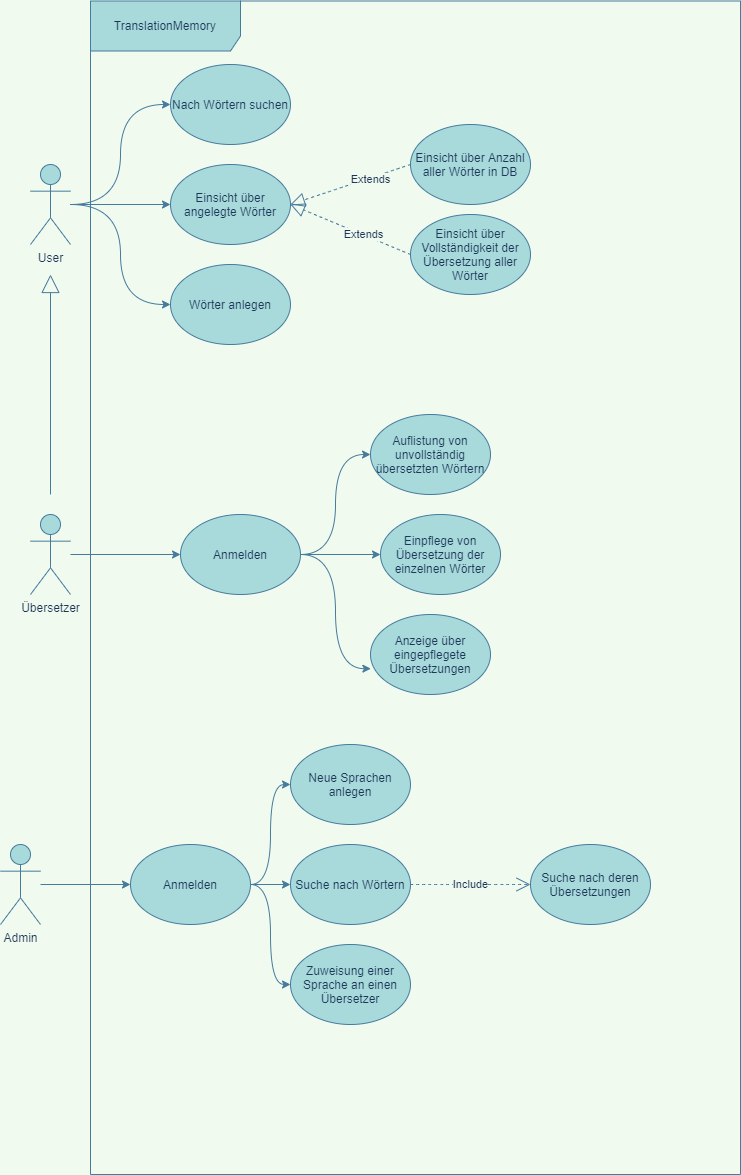
NickHaecker/TranslationMemory keeps this draw.io diagram as Diagramme-UseCases.png. Above is the earlier version. Source tidied: cells renumbered, new cells last; positions are measured from the earlier drawing's top-left corner, leaving out a move shared by most shapes.
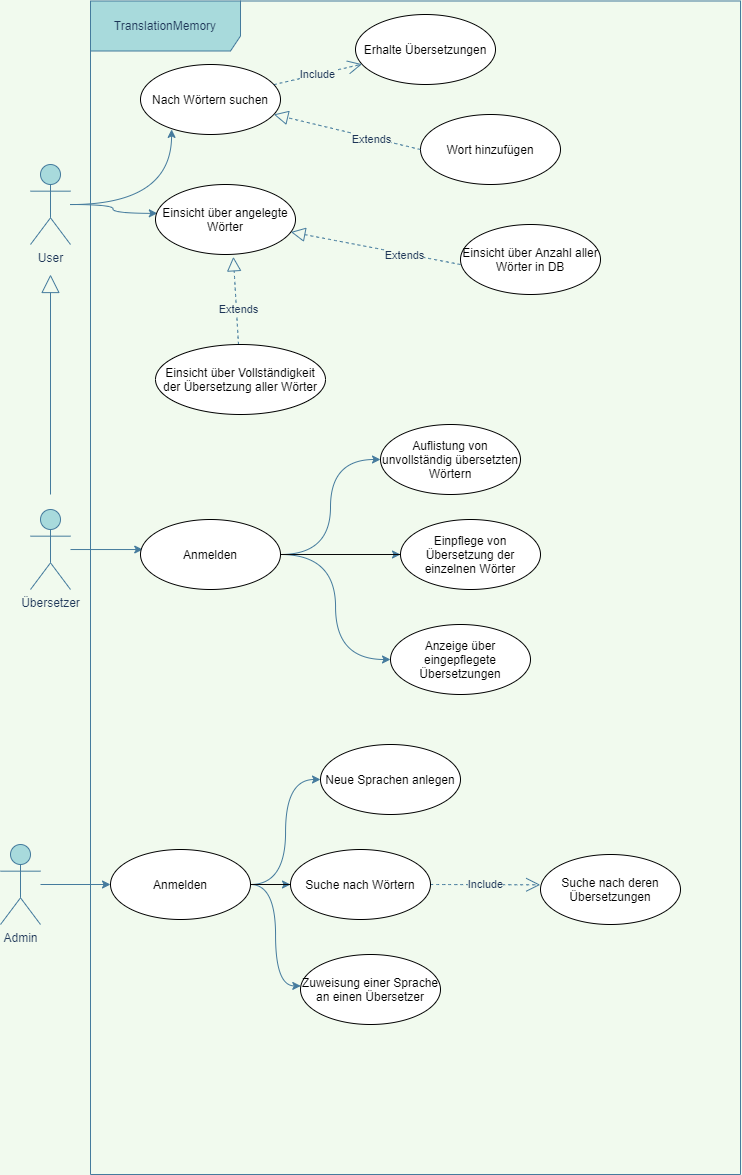
The same file after the commit.

Change to the diagram source:
```diff
@@ -5,105 +5,69 @@
     <mxCell id="2" value="TranslationMemory" style="shape=umlFrame;whiteSpace=wrap;html=1;width=150;height=50;fillColor=#A8DADC;strokeColor=#457B9D;fontColor=#1D3557;" parent="1" vertex="1">
       <mxGeometry x="90" y="0.5" width="650" height="1173.5" as="geometry" />
     </mxCell>
-    <mxCell id="3" style="edgeStyle=orthogonalEdgeStyle;jettySize=auto;html=1;entryX=0;entryY=0.5;entryDx=0;entryDy=0;curved=1;strokeColor=#457B9D;fontColor=#1D3557;labelBackgroundColor=#F1FAEE;" parent="1" edge="1" source="6" target="7">
+    <mxCell id="3" style="edgeStyle=orthogonalEdgeStyle;jettySize=auto;html=1;entryX=0.222;entryY=0.927;entryDx=0;entryDy=0;curved=1;strokeColor=#457B9D;fontColor=#1D3557;labelBackgroundColor=#F1FAEE;entryPerimeter=0;" parent="1" edge="1" source="6" target="7">
       <mxGeometry relative="1" as="geometry" />
     </mxCell>
-    <mxCell id="4" style="edgeStyle=orthogonalEdgeStyle;jettySize=auto;html=1;entryX=0;entryY=0.5;entryDx=0;entryDy=0;curved=1;strokeColor=#457B9D;fontColor=#1D3557;labelBackgroundColor=#F1FAEE;" parent="1" edge="1" source="6" target="9">
+    <mxCell id="4" style="edgeStyle=orthogonalEdgeStyle;jettySize=auto;html=1;entryX=0.013;entryY=0.412;entryDx=0;entryDy=0;curved=1;strokeColor=#457B9D;fontColor=#1D3557;labelBackgroundColor=#F1FAEE;entryPerimeter=0;" parent="1" edge="1" source="6" target="9">
       <mxGeometry relative="1" as="geometry" />
     </mxCell>
-    <mxCell id="5" style="edgeStyle=orthogonalEdgeStyle;jettySize=auto;html=1;entryX=0;entryY=0.5;entryDx=0;entryDy=0;curved=1;strokeColor=#457B9D;fontColor=#1D3557;labelBackgroundColor=#F1FAEE;" parent="1" edge="1" source="6" target="8">
-      <mxGeometry relative="1" as="geometry" />
-    </mxCell>
     <mxCell id="6" value="User" style="shape=umlActor;verticalLabelPosition=bottom;verticalAlign=top;html=1;fillColor=#A8DADC;strokeColor=#457B9D;fontColor=#1D3557;" parent="1" vertex="1">
       <mxGeometry x="30" y="164" width="40" height="80" as="geometry" />
     </mxCell>
-    <mxCell id="7" value="Nach Wörtern suchen" style="ellipse;whiteSpace=wrap;html=1;fillColor=#A8DADC;strokeColor=#457B9D;fontColor=#1D3557;" parent="1" vertex="1">
-      <mxGeometry x="170" y="64" width="120" height="80" as="geometry" />
-    </mxCell>
-    <mxCell id="8" value="Wörter anlegen" style="ellipse;whiteSpace=wrap;html=1;fillColor=#A8DADC;strokeColor=#457B9D;fontColor=#1D3557;" parent="1" vertex="1">
-      <mxGeometry x="170" y="264" width="120" height="80" as="geometry" />
-    </mxCell>
-    <mxCell id="9" value="Einsicht über angelegte Wörter" style="ellipse;whiteSpace=wrap;html=1;fillColor=#A8DADC;strokeColor=#457B9D;fontColor=#1D3557;" parent="1" vertex="1">
-      <mxGeometry x="170" y="164" width="120" height="80" as="geometry" />
-    </mxCell>
-    <mxCell id="10" value="Einsicht über Anzahl aller Wörter in DB" style="ellipse;whiteSpace=wrap;html=1;fillColor=#A8DADC;strokeColor=#457B9D;fontColor=#1D3557;" parent="1" vertex="1">
-      <mxGeometry x="410" y="124" width="120" height="80" as="geometry" />
-    </mxCell>
-    <mxCell id="11" value="Einsicht über Vollständigkeit der Übersetzung aller Wörter" style="ellipse;whiteSpace=wrap;html=1;fillColor=#A8DADC;strokeColor=#457B9D;fontColor=#1D3557;" parent="1" vertex="1">
-      <mxGeometry x="410" y="214" width="120" height="80" as="geometry" />
-    </mxCell>
-    <mxCell id="12" style="edgeStyle=orthogonalEdgeStyle;jettySize=auto;html=1;entryX=0;entryY=0.5;entryDx=0;entryDy=0;curved=1;strokeColor=#457B9D;fontColor=#1D3557;labelBackgroundColor=#F1FAEE;" parent="1" edge="1" source="13" target="24">
+    <mxCell id="12" style="edgeStyle=orthogonalEdgeStyle;jettySize=auto;html=1;entryX=0.016;entryY=0.429;entryDx=0;entryDy=0;curved=1;strokeColor=#457B9D;fontColor=#1D3557;labelBackgroundColor=#F1FAEE;entryPerimeter=0;" parent="1" edge="1" source="13" target="43">
       <mxGeometry relative="1" as="geometry" />
     </mxCell>
     <mxCell id="13" value="Übersetzer" style="shape=umlActor;verticalLabelPosition=bottom;verticalAlign=top;html=1;fillColor=#A8DADC;strokeColor=#457B9D;fontColor=#1D3557;" parent="1" vertex="1">
-      <mxGeometry x="30" y="514" width="40" height="80" as="geometry" />
+      <mxGeometry x="30" y="509" width="40" height="80" as="geometry" />
     </mxCell>
-    <mxCell id="14" value="Auflistung von unvollständig übersetzten Wörtern" style="ellipse;whiteSpace=wrap;html=1;fillColor=#A8DADC;strokeColor=#457B9D;fontColor=#1D3557;" parent="1" vertex="1">
-      <mxGeometry x="370" y="414" width="120" height="80" as="geometry" />
-    </mxCell>
-    <mxCell id="15" value="Einpflege von Übersetzung der einzelnen Wörter" style="ellipse;whiteSpace=wrap;html=1;fillColor=#A8DADC;strokeColor=#457B9D;fontColor=#1D3557;" parent="1" vertex="1">
-      <mxGeometry x="380" y="514" width="120" height="80" as="geometry" />
-    </mxCell>
-    <mxCell id="16" value="Anzeige über eingepflegete Übersetzungen" style="ellipse;whiteSpace=wrap;html=1;fillColor=#A8DADC;strokeColor=#457B9D;fontColor=#1D3557;" parent="1" vertex="1">
-      <mxGeometry x="370" y="614" width="120" height="80" as="geometry" />
-    </mxCell>
-    <mxCell id="17" style="endArrow=block;dashed=1;endFill=0;endSize=12;html=1;entryX=1;entryY=0.5;entryDx=0;entryDy=0;exitX=0;exitY=0.5;exitDx=0;exitDy=0;curved=1;strokeColor=#457B9D;fontColor=#1D3557;labelBackgroundColor=#F1FAEE;" parent="1" edge="1" source="11" target="9">
+    <mxCell id="17" style="endArrow=block;dashed=1;endFill=0;endSize=12;html=1;curved=1;strokeColor=#457B9D;fontColor=#1D3557;labelBackgroundColor=#F1FAEE;entryX=0.556;entryY=1.033;entryDx=0;entryDy=0;entryPerimeter=0;" parent="1" edge="1" source="11" target="9">
       <mxGeometry relative="1" as="geometry" />
     </mxCell>
     <mxCell id="18" value="Extends" style="edgeLabel;html=1;align=center;verticalAlign=middle;fontColor=#1D3557;labelBackgroundColor=#F1FAEE;" parent="17" vertex="1">
       <mxGeometry x="-0.2" y="-1" relative="1" as="geometry" />
     </mxCell>
-    <mxCell id="19" style="endArrow=block;dashed=1;endFill=0;endSize=12;html=1;exitX=0;exitY=0.5;exitDx=0;exitDy=0;curved=1;strokeColor=#457B9D;fontColor=#1D3557;labelBackgroundColor=#F1FAEE;" parent="1" edge="1" source="10">
+    <mxCell id="19" style="endArrow=block;dashed=1;endFill=0;endSize=12;html=1;curved=1;strokeColor=#457B9D;fontColor=#1D3557;labelBackgroundColor=#F1FAEE;" parent="1" edge="1" target="9">
       <mxGeometry relative="1" as="geometry">
-        <mxPoint x="290" y="204" as="targetPoint" />
+        <mxPoint x="460" y="264" as="sourcePoint" />
       </mxGeometry>
     </mxCell>
     <mxCell id="20" value="Extends" style="edgeLabel;html=1;align=center;verticalAlign=middle;fontColor=#1D3557;labelBackgroundColor=#F1FAEE;" parent="19" vertex="1">
       <mxGeometry x="-0.33" y="1" relative="1" as="geometry" />
     </mxCell>
-    <mxCell id="21" style="edgeStyle=orthogonalEdgeStyle;jettySize=auto;html=1;entryX=0;entryY=0.5;entryDx=0;entryDy=0;curved=1;strokeColor=#457B9D;fontColor=#1D3557;labelBackgroundColor=#F1FAEE;" parent="1" edge="1" source="24" target="14">
+    <mxCell id="21" style="edgeStyle=orthogonalEdgeStyle;jettySize=auto;html=1;entryX=0;entryY=0.5;entryDx=0;entryDy=0;curved=1;strokeColor=#457B9D;fontColor=#1D3557;labelBackgroundColor=#F1FAEE;exitX=1;exitY=0.5;exitDx=0;exitDy=0;" parent="1" edge="1" source="43" target="14">
       <mxGeometry relative="1" as="geometry" />
     </mxCell>
-    <mxCell id="22" style="edgeStyle=orthogonalEdgeStyle;jettySize=auto;html=1;entryX=0;entryY=0.5;entryDx=0;entryDy=0;curved=1;strokeColor=#457B9D;fontColor=#1D3557;labelBackgroundColor=#F1FAEE;" parent="1" edge="1" source="24" target="15">
-      <mxGeometry relative="1" as="geometry" />
+    <mxCell id="22" style="edgeStyle=orthogonalEdgeStyle;jettySize=auto;html=1;curved=1;strokeColor=#457B9D;fontColor=#1D3557;labelBackgroundColor=#F1FAEE;" parent="1" edge="1" target="15">
+      <mxGeometry relative="1" as="geometry">
+        <mxPoint x="300" y="554" as="sourcePoint" />
+      </mxGeometry>
     </mxCell>
-    <mxCell id="23" style="edgeStyle=orthogonalEdgeStyle;jettySize=auto;html=1;entryX=0.003;entryY=0.677;entryDx=0;entryDy=0;entryPerimeter=0;curved=1;strokeColor=#457B9D;fontColor=#1D3557;labelBackgroundColor=#F1FAEE;" parent="1" edge="1" source="24" target="16">
+    <mxCell id="23" style="edgeStyle=orthogonalEdgeStyle;jettySize=auto;html=1;entryX=0;entryY=0.5;entryDx=0;entryDy=0;curved=1;strokeColor=#457B9D;fontColor=#1D3557;labelBackgroundColor=#F1FAEE;exitX=1;exitY=0.5;exitDx=0;exitDy=0;" parent="1" edge="1" source="43" target="16">
       <mxGeometry relative="1" as="geometry" />
     </mxCell>
-    <mxCell id="24" value="Anmelden" style="ellipse;whiteSpace=wrap;html=1;fillColor=#A8DADC;strokeColor=#457B9D;fontColor=#1D3557;" parent="1" vertex="1">
-      <mxGeometry x="180" y="514" width="120" height="80" as="geometry" />
-    </mxCell>
-    <mxCell id="25" style="edgeStyle=orthogonalEdgeStyle;jettySize=auto;html=1;curved=1;strokeColor=#457B9D;fontColor=#1D3557;labelBackgroundColor=#F1FAEE;" parent="1" edge="1" source="26" target="30">
+    <mxCell id="25" style="edgeStyle=orthogonalEdgeStyle;jettySize=auto;html=1;curved=1;strokeColor=#457B9D;fontColor=#1D3557;labelBackgroundColor=#F1FAEE;entryX=0;entryY=0.5;entryDx=0;entryDy=0;" parent="1" edge="1" source="26" target="45">
       <mxGeometry relative="1" as="geometry" />
     </mxCell>
     <mxCell id="26" value="Admin" style="shape=umlActor;verticalLabelPosition=bottom;verticalAlign=top;html=1;outlineConnect=0;fillColor=#A8DADC;strokeColor=#457B9D;fontColor=#1D3557;" parent="1" vertex="1">
       <mxGeometry y="844" width="40" height="80" as="geometry" />
     </mxCell>
-    <mxCell id="27" style="edgeStyle=orthogonalEdgeStyle;jettySize=auto;html=1;entryX=0;entryY=0.5;entryDx=0;entryDy=0;curved=1;strokeColor=#457B9D;fontColor=#1D3557;labelBackgroundColor=#F1FAEE;" parent="1" edge="1" source="30" target="31">
-      <mxGeometry relative="1" as="geometry" />
+    <mxCell id="27" style="edgeStyle=orthogonalEdgeStyle;jettySize=auto;html=1;entryX=0;entryY=0.5;entryDx=0;entryDy=0;curved=1;strokeColor=#457B9D;fontColor=#1D3557;labelBackgroundColor=#F1FAEE;" parent="1" edge="1" target="31">
+      <mxGeometry relative="1" as="geometry">
+        <mxPoint x="250" y="884" as="sourcePoint" />
+      </mxGeometry>
     </mxCell>
-    <mxCell id="28" style="edgeStyle=orthogonalEdgeStyle;jettySize=auto;html=1;entryX=0;entryY=0.5;entryDx=0;entryDy=0;curved=1;strokeColor=#457B9D;fontColor=#1D3557;labelBackgroundColor=#F1FAEE;" parent="1" edge="1" source="30" target="32">
-      <mxGeometry relative="1" as="geometry" />
+    <mxCell id="28" style="edgeStyle=orthogonalEdgeStyle;orthogonalLoop=1;jettySize=auto;html=1;entryX=0;entryY=0.5;entryDx=0;entryDy=0;curved=1;strokeColor=#457B9D;fontColor=#1D3557;labelBackgroundColor=#F1FAEE;" parent="1" edge="1">
+      <mxGeometry relative="1" as="geometry">
+        <mxPoint x="250" y="884" as="sourcePoint" />
+        <mxPoint x="290" y="884" as="targetPoint" />
+      </mxGeometry>
     </mxCell>
-    <mxCell id="29" style="edgeStyle=orthogonalEdgeStyle;jettySize=auto;html=1;entryX=0;entryY=0.5;entryDx=0;entryDy=0;curved=1;strokeColor=#457B9D;fontColor=#1D3557;labelBackgroundColor=#F1FAEE;" parent="1" edge="1" source="30" target="34">
-      <mxGeometry relative="1" as="geometry" />
+    <mxCell id="29" style="edgeStyle=orthogonalEdgeStyle;jettySize=auto;html=1;entryX=0.002;entryY=0.449;entryDx=0;entryDy=0;curved=1;strokeColor=#457B9D;fontColor=#1D3557;labelBackgroundColor=#F1FAEE;entryPerimeter=0;" parent="1" edge="1" target="34">
+      <mxGeometry relative="1" as="geometry">
+        <mxPoint x="250" y="884" as="sourcePoint" />
+      </mxGeometry>
     </mxCell>
-    <mxCell id="30" value="Anmelden" style="ellipse;whiteSpace=wrap;html=1;fillColor=#A8DADC;strokeColor=#457B9D;fontColor=#1D3557;" parent="1" vertex="1">
-      <mxGeometry x="130" y="844" width="120" height="80" as="geometry" />
-    </mxCell>
-    <mxCell id="31" value="Neue Sprachen anlegen" style="ellipse;whiteSpace=wrap;html=1;fillColor=#A8DADC;strokeColor=#457B9D;fontColor=#1D3557;" parent="1" vertex="1">
-      <mxGeometry x="290" y="744" width="120" height="80" as="geometry" />
-    </mxCell>
-    <mxCell id="32" value="Suche nach Wörtern" style="ellipse;whiteSpace=wrap;html=1;fillColor=#A8DADC;strokeColor=#457B9D;fontColor=#1D3557;" parent="1" vertex="1">
-      <mxGeometry x="290" y="844" width="120" height="80" as="geometry" />
-    </mxCell>
-    <mxCell id="33" value="Suche nach deren Übersetzungen" style="ellipse;whiteSpace=wrap;html=1;fillColor=#A8DADC;strokeColor=#457B9D;fontColor=#1D3557;" parent="1" vertex="1">
-      <mxGeometry x="530" y="844" width="120" height="80" as="geometry" />
-    </mxCell>
-    <mxCell id="34" value="Zuweisung einer Sprache an einen Übersetzer" style="ellipse;whiteSpace=wrap;html=1;fillColor=#A8DADC;strokeColor=#457B9D;fontColor=#1D3557;" parent="1" vertex="1">
-      <mxGeometry x="290" y="944" width="120" height="80" as="geometry" />
-    </mxCell>
-    <mxCell id="35" value="Include" style="endArrow=open;endSize=12;dashed=1;html=1;exitX=1;exitY=0.5;exitDx=0;exitDy=0;entryX=0;entryY=0.5;entryDx=0;entryDy=0;curved=1;strokeColor=#457B9D;fontColor=#1D3557;labelBackgroundColor=#F1FAEE;" parent="1" edge="1" source="32" target="33">
+    <mxCell id="35" value="Include" style="endArrow=open;endSize=12;dashed=1;html=1;exitX=1;exitY=0.5;exitDx=0;exitDy=0;entryX=-0.002;entryY=0.433;entryDx=0;entryDy=0;curved=1;strokeColor=#457B9D;fontColor=#1D3557;labelBackgroundColor=#F1FAEE;entryPerimeter=0;" parent="1" edge="1" source="32" target="33">
       <mxGeometry relative="1" as="geometry" />
     </mxCell>
     <mxCell id="36" style="endArrow=block;endSize=16;endFill=0;html=1;curved=1;fontColor=#1D3557;strokeColor=#457B9D;labelBackgroundColor=#F1FAEE;" parent="1" edge="1">
@@ -112,5 +76,67 @@
         <mxPoint x="50" y="274" as="targetPoint" />
       </mxGeometry>
     </mxCell>
+    <mxCell id="37" value="Erhalte Übersetzungen" style="ellipse;whiteSpace=wrap;html=1;" parent="1" vertex="1">
+      <mxGeometry x="355" y="14" width="140" height="70" as="geometry" />
+    </mxCell>
+    <mxCell id="38" value="Wort hinzufügen" style="ellipse;whiteSpace=wrap;html=1;" parent="1" vertex="1">
+      <mxGeometry x="420" y="114" width="140" height="70" as="geometry" />
+    </mxCell>
+    <mxCell id="39" style="endArrow=block;dashed=1;endFill=0;endSize=12;html=1;exitX=0;exitY=0.5;exitDx=0;exitDy=0;curved=1;strokeColor=#457B9D;fontColor=#1D3557;labelBackgroundColor=#F1FAEE;" parent="1" edge="1" source="38" target="7">
+      <mxGeometry relative="1" as="geometry" />
+    </mxCell>
+    <mxCell id="40" value="Extends" style="edgeLabel;html=1;align=center;verticalAlign=middle;fontColor=#1D3557;labelBackgroundColor=#F1FAEE;" parent="39" vertex="1">
+      <mxGeometry x="-0.33" y="1" relative="1" as="geometry" />
+    </mxCell>
+    <mxCell id="41" value="Include" style="endArrow=open;endSize=12;dashed=1;html=1;curved=1;strokeColor=#457B9D;fontColor=#1D3557;labelBackgroundColor=#F1FAEE;" parent="1" edge="1" source="7" target="37">
+      <mxGeometry relative="1" as="geometry" />
+    </mxCell>
+    <mxCell id="10" value="Einsicht über Anzahl aller Wörter in DB" style="ellipse;whiteSpace=wrap;html=1;" parent="1" vertex="1">
+      <mxGeometry x="460" y="224" width="140" height="70" as="geometry" />
+    </mxCell>
+    <mxCell id="11" value="Einsicht über Vollständigkeit der Übersetzung aller Wörter" style="ellipse;whiteSpace=wrap;html=1;" parent="1" vertex="1">
+      <mxGeometry x="155" y="344" width="170" height="70" as="geometry" />
+    </mxCell>
+    <mxCell id="14" value="Auflistung von unvollständig übersetzten Wörtern" style="ellipse;whiteSpace=wrap;html=1;" parent="1" vertex="1">
+      <mxGeometry x="380" y="424" width="140" height="70" as="geometry" />
+    </mxCell>
+    <mxCell id="15" value="Einpflege von Übersetzung der einzelnen Wörter" style="ellipse;whiteSpace=wrap;html=1;" parent="1" vertex="1">
+      <mxGeometry x="400" y="519" width="140" height="70" as="geometry" />
+    </mxCell>
+    <mxCell id="16" value="Anzeige über eingepflegete Übersetzungen" style="ellipse;whiteSpace=wrap;html=1;" parent="1" vertex="1">
+      <mxGeometry x="390" y="624" width="140" height="70" as="geometry" />
+    </mxCell>
+    <mxCell id="7" value="Nach Wörtern suchen" style="ellipse;whiteSpace=wrap;html=1;" parent="1" vertex="1">
+      <mxGeometry x="140" y="64" width="140" height="70" as="geometry" />
+    </mxCell>
+    <mxCell id="9" value="Einsicht über angelegte Wörter" style="ellipse;whiteSpace=wrap;html=1;" parent="1" vertex="1">
+      <mxGeometry x="155" y="184" width="140" height="70" as="geometry" />
+    </mxCell>
+    <mxCell id="42" style="edgeStyle=orthogonalEdgeStyle;rounded=0;jettySize=auto;html=1;endArrow=none;endFill=0;strokeColor=#080808;" parent="1" edge="1" source="43" target="15">
+      <mxGeometry relative="1" as="geometry" />
+    </mxCell>
+    <mxCell id="43" value="Anmelden" style="ellipse;whiteSpace=wrap;html=1;" parent="1" vertex="1">
+      <mxGeometry x="140" y="519" width="140" height="70" as="geometry" />
+    </mxCell>
+    <mxCell id="33" value="Suche nach deren Übersetzungen" style="ellipse;whiteSpace=wrap;html=1;" parent="1" vertex="1">
+      <mxGeometry x="540" y="854" width="140" height="70" as="geometry" />
+    </mxCell>
+    <mxCell id="31" value="Neue Sprachen anlegen" style="ellipse;whiteSpace=wrap;html=1;" parent="1" vertex="1">
+      <mxGeometry x="320" y="744" width="140" height="70" as="geometry" />
+    </mxCell>
+    <mxCell id="34" value="Zuweisung einer Sprache an einen Übersetzer" style="ellipse;whiteSpace=wrap;html=1;" parent="1" vertex="1">
+      <mxGeometry x="300" y="954" width="140" height="70" as="geometry" />
+    </mxCell>
+    <mxCell id="44" style="edgeStyle=orthogonalEdgeStyle;rounded=0;jettySize=auto;html=1;endArrow=none;endFill=0;strokeColor=#080808;exitX=0;exitY=0.5;exitDx=0;exitDy=0;" parent="1" edge="1" source="32">
+      <mxGeometry relative="1" as="geometry">
+        <mxPoint x="250" y="884" as="targetPoint" />
+      </mxGeometry>
+    </mxCell>
+    <mxCell id="32" value="Suche nach Wörtern" style="ellipse;whiteSpace=wrap;html=1;" parent="1" vertex="1">
+      <mxGeometry x="290" y="849" width="140" height="70" as="geometry" />
+    </mxCell>
+    <mxCell id="45" value="Anmelden" style="ellipse;whiteSpace=wrap;html=1;" parent="1" vertex="1">
+      <mxGeometry x="110" y="849" width="140" height="70" as="geometry" />
+    </mxCell>
   </root>
 </mxGraphModel>
```
